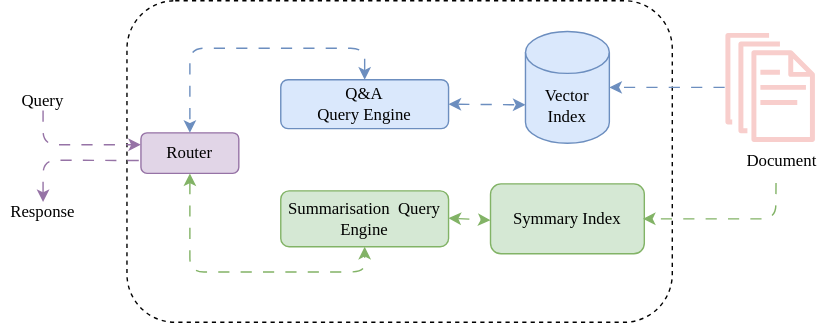
This is static/images/posts/building-rag-pipeline-for-summarization-and-q-and-a-with-llamaindex-and-openai/building-rag-pipeline-for-summarization-and-q-and-a-with-llamaindex-and-openai.svg from dev-scripts/prakashbhandari.com.np, a draw.io export, as it was before one commit. Source tidied: cells renumbered, new cells last; positions are measured from the earlier drawing's top-left corner, leaving out a move shared by most shapes. Source of this version:
```xml
<mxGraphModel>
  <root>
    <mxCell id="0" />
    <mxCell id="1" parent="0" />
    <mxCell id="2" style="rounded=1;whiteSpace=wrap;html=1;dashed=1;" parent="1" vertex="1">
      <mxGeometry x="90" width="390" height="230" as="geometry" />
    </mxCell>
    <mxCell id="3" style="outlineConnect=0;fillColor=#f8cecc;strokeColor=#b85450;dashed=0;verticalLabelPosition=bottom;verticalAlign=top;align=center;html=1;fontSize=12;fontStyle=0;shape=mxgraph.aws4.documents;rounded=1;" parent="1" vertex="1">
      <mxGeometry x="518" y="23" width="64" height="78" as="geometry" />
    </mxCell>
    <mxCell id="4" value="Document" style="text;html=1;align=center;verticalAlign=middle;strokeColor=none;fillColor=none;rounded=1;fontFamily=Comic Sans MS;" parent="1" vertex="1">
      <mxGeometry x="518" y="100" width="80" height="30" as="geometry" />
    </mxCell>
    <mxCell id="5" value="Vector Index" style="shape=cylinder3;whiteSpace=wrap;html=1;boundedLbl=1;backgroundOutline=1;size=15;rounded=1;fillColor=#dae8fc;strokeColor=#6c8ebf;fontFamily=Comic Sans MS;" parent="1" vertex="1">
      <mxGeometry x="375" y="22" width="60" height="80" as="geometry" />
    </mxCell>
    <mxCell id="6" value="Symmary Index" style="rounded=1;whiteSpace=wrap;html=1;fillColor=#d5e8d4;strokeColor=#82b366;fontFamily=Comic Sans MS;" parent="1" vertex="1">
      <mxGeometry x="350" y="131" width="110" height="50" as="geometry" />
    </mxCell>
    <mxCell id="7" value="Q&amp;amp;A &lt;br&gt;Query Engine" style="rounded=1;whiteSpace=wrap;html=1;fillColor=#dae8fc;strokeColor=#6c8ebf;fontFamily=Comic Sans MS;" parent="1" vertex="1">
      <mxGeometry x="200" y="56.5" width="120" height="35" as="geometry" />
    </mxCell>
    <mxCell id="8" value="Summarisation&amp;nbsp; Query Engine" style="rounded=1;whiteSpace=wrap;html=1;fillColor=#d5e8d4;strokeColor=#82b366;fontFamily=Comic Sans MS;" parent="1" vertex="1">
      <mxGeometry x="200" y="136" width="120" height="40" as="geometry" />
    </mxCell>
    <mxCell id="9" style="endArrow=classic;html=1;rounded=1;entryX=1;entryY=0.5;entryDx=0;entryDy=0;entryPerimeter=0;fillColor=#dae8fc;strokeColor=#6c8ebf;flowAnimation=1;" parent="1" edge="1" source="3" target="5">
      <mxGeometry relative="1" as="geometry" />
    </mxCell>
    <mxCell id="10" style="endArrow=classic;html=1;rounded=1;entryX=1;entryY=0.5;entryDx=0;entryDy=0;exitX=0.465;exitY=0.993;exitDx=0;exitDy=0;exitPerimeter=0;fillColor=#d5e8d4;strokeColor=#82b366;flowAnimation=1;" parent="1" edge="1">
      <mxGeometry relative="1" as="geometry">
        <mxPoint x="554.2" y="129.8" as="sourcePoint" />
        <mxPoint x="459" y="156" as="targetPoint" />
        <Array as="points">
          <mxPoint x="554" y="156" />
        </Array>
      </mxGeometry>
    </mxCell>
    <mxCell id="11" value="Router" style="rounded=1;whiteSpace=wrap;html=1;fillColor=#e1d5e7;strokeColor=#9673a6;fontFamily=Comic Sans MS;" parent="1" vertex="1">
      <mxGeometry x="100" y="94.5" width="70" height="29" as="geometry" />
    </mxCell>
    <mxCell id="12" style="endArrow=classic;startArrow=classic;html=1;rounded=1;exitX=0.5;exitY=1;exitDx=0;exitDy=0;entryX=0.5;entryY=1;entryDx=0;entryDy=0;fillColor=#d5e8d4;strokeColor=#82b366;flowAnimation=1;" parent="1" edge="1" source="11" target="8">
      <mxGeometry relative="1" as="geometry">
        <Array as="points">
          <mxPoint x="135" y="194" />
          <mxPoint x="260" y="194" />
        </Array>
      </mxGeometry>
    </mxCell>
    <mxCell id="13" style="endArrow=classic;startArrow=classic;html=1;rounded=1;entryX=0.5;entryY=0;entryDx=0;entryDy=0;exitX=0.5;exitY=0;exitDx=0;exitDy=0;fillColor=#dae8fc;strokeColor=#6c8ebf;flowAnimation=1;" parent="1" edge="1" source="7" target="11">
      <mxGeometry relative="1" as="geometry">
        <Array as="points">
          <mxPoint x="260" y="34" />
          <mxPoint x="135" y="34" />
        </Array>
      </mxGeometry>
    </mxCell>
    <mxCell id="14" style="endArrow=classic;startArrow=classic;html=1;rounded=1;exitX=1;exitY=0.5;exitDx=0;exitDy=0;entryX=0;entryY=0;entryDx=0;entryDy=52.5;entryPerimeter=0;fillColor=#dae8fc;strokeColor=#6c8ebf;flowAnimation=1;" parent="1" edge="1" source="7" target="5">
      <mxGeometry relative="1" as="geometry" />
    </mxCell>
    <mxCell id="15" style="endArrow=classic;startArrow=classic;html=1;rounded=1;exitX=1;exitY=0.5;exitDx=0;exitDy=0;flowAnimation=1;fillColor=#d5e8d4;strokeColor=#82b366;" parent="1" edge="1">
      <mxGeometry relative="1" as="geometry">
        <mxPoint x="320" y="155.5" as="sourcePoint" />
        <mxPoint x="350" y="157" as="targetPoint" />
      </mxGeometry>
    </mxCell>
    <mxCell id="16" value="Query" style="text;html=1;align=center;verticalAlign=middle;whiteSpace=wrap;rounded=1;fontFamily=Comic Sans MS;" parent="1" vertex="1">
      <mxGeometry y="56.5" width="60" height="30" as="geometry" />
    </mxCell>
    <mxCell id="17" value="Response" style="text;html=1;align=center;verticalAlign=middle;whiteSpace=wrap;rounded=1;fontFamily=Comic Sans MS;" parent="1" vertex="1">
      <mxGeometry y="136" width="60" height="30" as="geometry" />
    </mxCell>
    <mxCell id="18" style="endArrow=classic;html=1;rounded=1;entryX=0;entryY=0.5;entryDx=0;entryDy=0;fillColor=#e1d5e7;strokeColor=#9673a6;flowAnimation=1;" parent="1" edge="1">
      <mxGeometry relative="1" as="geometry">
        <mxPoint x="30" y="78" as="sourcePoint" />
        <mxPoint x="100" y="103" as="targetPoint" />
        <Array as="points">
          <mxPoint x="30" y="103" />
        </Array>
      </mxGeometry>
    </mxCell>
    <mxCell id="19" style="endArrow=classic;html=1;rounded=1;fillColor=#e1d5e7;strokeColor=#9673a6;orthogonalLoop=0;flowAnimation=1;" parent="1" edge="1">
      <mxGeometry relative="1" as="geometry">
        <mxPoint x="99" y="114.3" as="sourcePoint" />
        <mxPoint x="30" y="144" as="targetPoint" />
        <Array as="points">
          <mxPoint x="30" y="114" />
        </Array>
      </mxGeometry>
    </mxCell>
  </root>
</mxGraphModel>
```
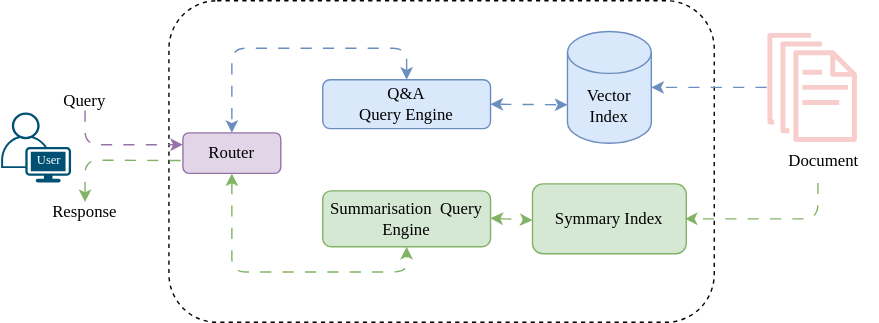
After the commit.

Change to the diagram source:
```diff
@@ -78,7 +78,7 @@
         </Array>
       </mxGeometry>
     </mxCell>
-    <mxCell id="19" style="endArrow=classic;html=1;rounded=1;fillColor=#e1d5e7;strokeColor=#9673a6;orthogonalLoop=0;flowAnimation=1;" parent="1" edge="1">
+    <mxCell id="19" style="endArrow=classic;html=1;rounded=1;fillColor=#d5e8d4;strokeColor=#82b366;orthogonalLoop=0;flowAnimation=1;" parent="1" edge="1">
       <mxGeometry relative="1" as="geometry">
         <mxPoint x="99" y="114.3" as="sourcePoint" />
         <mxPoint x="30" y="144" as="targetPoint" />
@@ -87,5 +87,11 @@
         </Array>
       </mxGeometry>
     </mxCell>
+    <mxCell id="20" style="verticalLabelPosition=bottom;sketch=0;html=1;verticalAlign=top;align=center;shape=mxgraph.cisco19.user;fillColor=#005073;strokeColor=none;" parent="1" vertex="1">
+      <mxGeometry x="-30" y="80" width="50" height="50" as="geometry" />
+    </mxCell>
+    <mxCell id="21" value="User" style="text;html=1;align=center;verticalAlign=middle;strokeColor=none;fillColor=none;fontFamily=Comic Sans MS;fontSize=9;fontColor=#FFFFFF;" parent="1" vertex="1">
+      <mxGeometry x="-16" y="103.5" width="40" height="20" as="geometry" />
+    </mxCell>
   </root>
 </mxGraphModel>
```
